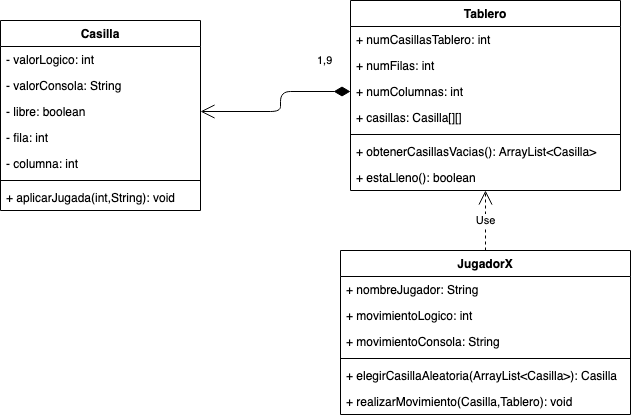
The draw.io diagram P61/Clase8/DiagramaClasesTresEnRaya.png in luismescobarf/clasesCiclo2, before a commit. Source tidied: cells renumbered, new cells last; positions are measured from the earlier drawing's top-left corner, leaving out a move shared by most shapes.
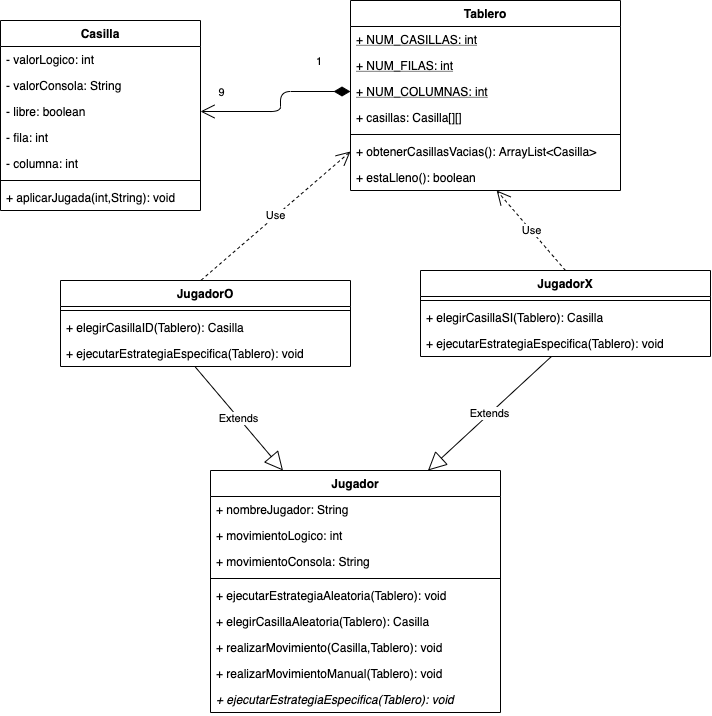
The same diagram one commit later.

What changed in the source:
```diff
@@ -29,13 +29,13 @@
     <mxCell id="10" value="Tablero" style="swimlane;fontStyle=1;align=center;verticalAlign=top;horizontal=1;startSize=26;" parent="1" vertex="1">
       <mxGeometry x="350" width="270" height="190" as="geometry" />
     </mxCell>
-    <mxCell id="11" value="+ numCasillasTablero: int" style="text;strokeColor=none;fillColor=none;align=left;verticalAlign=top;spacingLeft=4;spacingRight=4;overflow=hidden;" parent="10" vertex="1">
+    <mxCell id="11" value="+ NUM_CASILLAS: int" style="text;strokeColor=none;fillColor=none;align=left;verticalAlign=top;spacingLeft=4;spacingRight=4;overflow=hidden;fontStyle=4;" parent="10" vertex="1">
       <mxGeometry y="26" width="270" height="26" as="geometry" />
     </mxCell>
-    <mxCell id="12" value="+ numFilas: int" style="text;strokeColor=none;fillColor=none;align=left;verticalAlign=top;spacingLeft=4;spacingRight=4;overflow=hidden;" parent="10" vertex="1">
+    <mxCell id="12" value="+ NUM_FILAS: int" style="text;strokeColor=none;fillColor=none;align=left;verticalAlign=top;spacingLeft=4;spacingRight=4;overflow=hidden;fontStyle=4;" parent="10" vertex="1">
       <mxGeometry y="52" width="270" height="26" as="geometry" />
     </mxCell>
-    <mxCell id="13" value="+ numColumnas: int" style="text;strokeColor=none;fillColor=none;align=left;verticalAlign=top;spacingLeft=4;spacingRight=4;overflow=hidden;points=[[0,0.5],[1,0.5]];portConstraint=eastwest;" parent="10" vertex="1">
+    <mxCell id="13" value="+ NUM_COLUMNAS: int" style="text;strokeColor=none;fillColor=none;align=left;verticalAlign=top;spacingLeft=4;spacingRight=4;overflow=hidden;points=[[0,0.5],[1,0.5]];portConstraint=eastwest;fontStyle=4;" parent="10" vertex="1">
       <mxGeometry y="78" width="270" height="26" as="geometry" />
     </mxCell>
     <mxCell id="14" value="+ casillas: Casilla[][]" style="text;strokeColor=none;fillColor=none;align=left;verticalAlign=top;spacingLeft=4;spacingRight=4;overflow=hidden;" parent="10" vertex="1">
@@ -50,7 +50,7 @@
     <mxCell id="17" value="+ estaLleno(): boolean" style="text;strokeColor=none;fillColor=none;align=left;verticalAlign=top;spacingLeft=4;spacingRight=4;overflow=hidden;points=[[0,0.5],[1,0.5]];portConstraint=eastwest;" parent="10" vertex="1">
       <mxGeometry y="164" width="270" height="26" as="geometry" />
     </mxCell>
-    <mxCell id="18" value="1,9" style="endArrow=open;html=1;endSize=12;startArrow=diamondThin;startSize=14;startFill=1;edgeStyle=orthogonalEdgeStyle;align=left;verticalAlign=bottom;entryX=1;entryY=0.5;entryDx=0;entryDy=0;exitX=0;exitY=0.5;exitDx=0;exitDy=0;" parent="1" edge="1" source="13" target="5">
+    <mxCell id="18" value="1" style="endArrow=open;html=1;endSize=12;startArrow=diamondThin;startSize=14;startFill=1;edgeStyle=orthogonalEdgeStyle;align=left;verticalAlign=bottom;entryX=1;entryY=0.5;entryDx=0;entryDy=0;exitX=0;exitY=0.5;exitDx=0;exitDy=0;" parent="1" edge="1" source="13" target="5">
       <mxGeometry x="-0.58" y="-21" relative="1" as="geometry">
         <Array as="points">
           <mxPoint x="280" y="91" />
@@ -58,29 +58,76 @@
         </Array>
       </mxGeometry>
     </mxCell>
+    <mxCell id="27" value="9" style="edgeLabel;html=1;align=center;verticalAlign=middle;" parent="18" vertex="1">
+      <mxGeometry x="0.62" relative="1" as="geometry">
+        <mxPoint x="-13" y="-20" as="offset" />
+      </mxGeometry>
+    </mxCell>
     <mxCell id="19" value="JugadorX" style="swimlane;fontStyle=1;align=center;verticalAlign=top;horizontal=1;startSize=26;" parent="1" vertex="1">
-      <mxGeometry x="340" y="250" width="290" height="164" as="geometry" />
+      <mxGeometry x="420" y="270" width="290" height="86" as="geometry" />
     </mxCell>
+    <mxCell id="23" style="line;strokeWidth=1;fillColor=none;align=left;verticalAlign=middle;spacingTop=-1;spacingLeft=3;spacingRight=3;labelPosition=right;" parent="19" vertex="1">
+      <mxGeometry y="26" width="290" height="8" as="geometry" />
+    </mxCell>
+    <mxCell id="28" value="+ elegirCasillaSI(Tablero): Casilla" style="text;strokeColor=none;fillColor=none;align=left;verticalAlign=top;spacingLeft=4;spacingRight=4;overflow=hidden;" parent="19" vertex="1">
+      <mxGeometry y="34" width="290" height="26" as="geometry" />
+    </mxCell>
+    <mxCell id="29" value="+ ejecutarEstrategiaEspecifica(Tablero): void" style="text;strokeColor=none;fillColor=none;align=left;verticalAlign=top;spacingLeft=4;spacingRight=4;overflow=hidden;points=[[0,0.5],[1,0.5]];portConstraint=eastwest;" parent="19" vertex="1">
+      <mxGeometry y="60" width="290" height="26" as="geometry" />
+    </mxCell>
+    <mxCell id="26" value="Use" style="endArrow=open;endSize=12;dashed=1;html=1;exitX=0.5;exitY=0;exitDx=0;exitDy=0;" parent="1" edge="1" source="19" target="17">
+      <mxGeometry relative="1" as="geometry" />
+    </mxCell>
+    <mxCell id="30" value="JugadorO" style="swimlane;fontStyle=1;align=center;verticalAlign=top;horizontal=1;startSize=26;" parent="1" vertex="1">
+      <mxGeometry x="60" y="280" width="290" height="86" as="geometry" />
+    </mxCell>
+    <mxCell id="31" style="line;strokeWidth=1;fillColor=none;align=left;verticalAlign=middle;spacingTop=-1;spacingLeft=3;spacingRight=3;labelPosition=right;" parent="30" vertex="1">
+      <mxGeometry y="26" width="290" height="8" as="geometry" />
+    </mxCell>
+    <mxCell id="32" value="+ elegirCasillaID(Tablero): Casilla" style="text;strokeColor=none;fillColor=none;align=left;verticalAlign=top;spacingLeft=4;spacingRight=4;overflow=hidden;" parent="30" vertex="1">
+      <mxGeometry y="34" width="290" height="26" as="geometry" />
+    </mxCell>
+    <mxCell id="33" value="+ ejecutarEstrategiaEspecifica(Tablero): void" style="text;strokeColor=none;fillColor=none;align=left;verticalAlign=top;spacingLeft=4;spacingRight=4;overflow=hidden;points=[[0,0.5],[1,0.5]];portConstraint=eastwest;" parent="30" vertex="1">
+      <mxGeometry y="60" width="290" height="26" as="geometry" />
+    </mxCell>
+    <mxCell id="34" value="Use" style="endArrow=open;endSize=12;dashed=1;html=1;exitX=0.485;exitY=-0.004;exitDx=0;exitDy=0;exitPerimeter=0;entryX=0;entryY=0.5;entryDx=0;entryDy=0;" parent="1" edge="1" source="30" target="16">
+      <mxGeometry relative="1" as="geometry" />
+    </mxCell>
+    <mxCell id="35" value="Jugador" style="swimlane;fontStyle=1;align=center;verticalAlign=top;horizontal=1;startSize=26;" parent="1" vertex="1">
+      <mxGeometry x="210" y="470" width="290" height="242" as="geometry" />
+    </mxCell>
-    <mxCell id="20" value="+ nombreJugador: String" style="text;strokeColor=none;fillColor=none;align=left;verticalAlign=top;spacingLeft=4;spacingRight=4;overflow=hidden;" parent="19" vertex="1">
+    <mxCell id="20" value="+ nombreJugador: String" style="text;strokeColor=none;fillColor=none;align=left;verticalAlign=top;spacingLeft=4;spacingRight=4;overflow=hidden;" parent="35" vertex="1">
       <mxGeometry y="26" width="290" height="26" as="geometry" />
     </mxCell>
-    <mxCell id="21" value="+ movimientoLogico: int" style="text;strokeColor=none;fillColor=none;align=left;verticalAlign=top;spacingLeft=4;spacingRight=4;overflow=hidden;" parent="19" vertex="1">
+    <mxCell id="21" value="+ movimientoLogico: int" style="text;strokeColor=none;fillColor=none;align=left;verticalAlign=top;spacingLeft=4;spacingRight=4;overflow=hidden;" parent="35" vertex="1">
       <mxGeometry y="52" width="290" height="26" as="geometry" />
     </mxCell>
-    <mxCell id="22" value="+ movimientoConsola: String" style="text;strokeColor=none;fillColor=none;align=left;verticalAlign=top;spacingLeft=4;spacingRight=4;overflow=hidden;" parent="19" vertex="1">
+    <mxCell id="22" value="+ movimientoConsola: String" style="text;strokeColor=none;fillColor=none;align=left;verticalAlign=top;spacingLeft=4;spacingRight=4;overflow=hidden;" parent="35" vertex="1">
       <mxGeometry y="78" width="290" height="26" as="geometry" />
     </mxCell>
-    <mxCell id="23" style="line;strokeWidth=1;fillColor=none;align=left;verticalAlign=middle;spacingTop=-1;spacingLeft=3;spacingRight=3;labelPosition=right;" parent="19" vertex="1">
-      <mxGeometry y="104" width="290" height="8" as="geometry" />
-    </mxCell>
-    <mxCell id="24" value="+ elegirCasillaAleatoria(ArrayList&lt;Casilla&gt;): Casilla&#10;" style="text;strokeColor=none;fillColor=none;align=left;verticalAlign=top;spacingLeft=4;spacingRight=4;overflow=hidden;" parent="19" vertex="1">
-      <mxGeometry y="112" width="290" height="26" as="geometry" />
-    </mxCell>
+    <mxCell id="36" style="line;strokeWidth=1;fillColor=none;align=left;verticalAlign=middle;spacingTop=-1;spacingLeft=3;spacingRight=3;labelPosition=right;" parent="35" vertex="1">
+      <mxGeometry y="104" width="290" height="8" as="geometry" />
+    </mxCell>
+    <mxCell id="37" value="+ ejecutarEstrategiaAleatoria(Tablero): void" style="text;strokeColor=none;fillColor=none;align=left;verticalAlign=top;spacingLeft=4;spacingRight=4;overflow=hidden;" parent="35" vertex="1">
+      <mxGeometry y="112" width="290" height="26" as="geometry" />
+    </mxCell>
+    <mxCell id="38" value="+ elegirCasillaAleatoria(Tablero): Casilla&#10;" style="text;strokeColor=none;fillColor=none;align=left;verticalAlign=top;spacingLeft=4;spacingRight=4;overflow=hidden;" parent="35" vertex="1">
+      <mxGeometry y="138" width="290" height="26" as="geometry" />
+    </mxCell>
-    <mxCell id="25" value="+ realizarMovimiento(Casilla,Tablero): void" style="text;strokeColor=none;fillColor=none;align=left;verticalAlign=top;spacingLeft=4;spacingRight=4;overflow=hidden;" parent="19" vertex="1">
-      <mxGeometry y="138" width="290" height="26" as="geometry" />
+    <mxCell id="25" value="+ realizarMovimiento(Casilla,Tablero): void" style="text;strokeColor=none;fillColor=none;align=left;verticalAlign=top;spacingLeft=4;spacingRight=4;overflow=hidden;" parent="35" vertex="1">
+      <mxGeometry y="164" width="290" height="26" as="geometry" />
     </mxCell>
-    <mxCell id="26" value="Use" style="endArrow=open;endSize=12;dashed=1;html=1;exitX=0.5;exitY=0;exitDx=0;exitDy=0;" parent="1" edge="1" source="19" target="17">
-      <mxGeometry relative="1" as="geometry" />
-    </mxCell>
+    <mxCell id="39" value="+ realizarMovimientoManual(Tablero): void" style="text;strokeColor=none;fillColor=none;align=left;verticalAlign=top;spacingLeft=4;spacingRight=4;overflow=hidden;" parent="35" vertex="1">
+      <mxGeometry y="190" width="290" height="26" as="geometry" />
+    </mxCell>
+    <mxCell id="40" value="+ ejecutarEstrategiaEspecifica(Tablero): void" style="text;strokeColor=none;fillColor=none;align=left;verticalAlign=top;spacingLeft=4;spacingRight=4;overflow=hidden;fontStyle=2;" parent="35" vertex="1">
+      <mxGeometry y="216" width="290" height="26" as="geometry" />
+    </mxCell>
+    <mxCell id="41" value="Extends" style="endArrow=block;endSize=16;endFill=0;html=1;entryX=0.25;entryY=0;entryDx=0;entryDy=0;exitX=0.465;exitY=1.022;exitDx=0;exitDy=0;exitPerimeter=0;" parent="1" edge="1" source="33" target="35">
+      <mxGeometry relative="1" as="geometry" />
+    </mxCell>
+    <mxCell id="42" value="Extends" style="endArrow=block;endSize=16;endFill=0;html=1;entryX=0.75;entryY=0;entryDx=0;entryDy=0;" parent="1" edge="1" source="29" target="35">
+      <mxGeometry relative="1" as="geometry" />
+    </mxCell>
   </root>
 </mxGraphModel>
```
